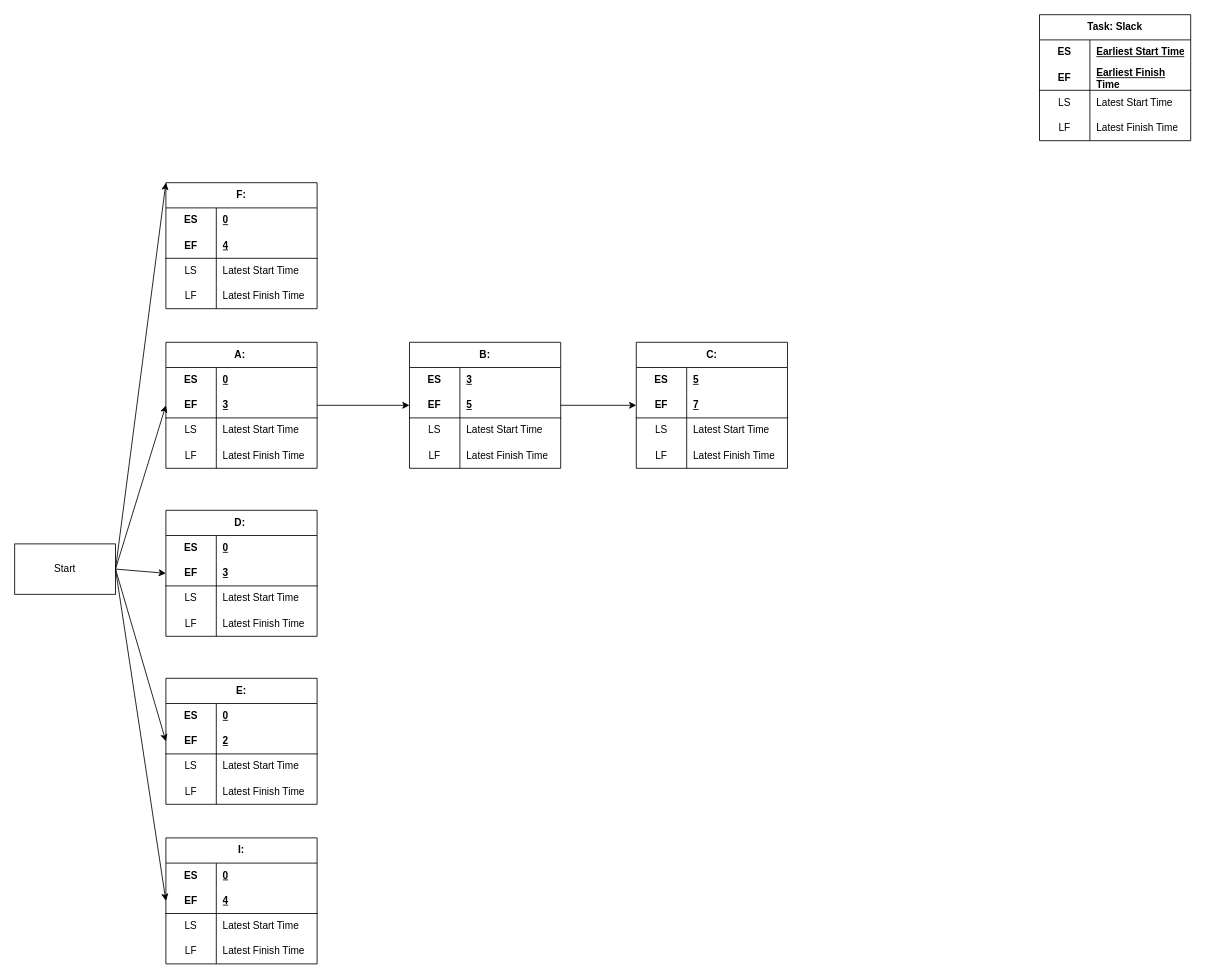
Earlier version of the draw.io diagram schedule.drawio (lushihui51/309_MiniGames). Source tidied: cells renumbered, new cells numbered last; positions are measured from the earlier drawing's top-left corner, leaving out a move shared by most shapes. Both pictures are drawn from the tidied source at 84%, with x=0, y=0 at pixel (14, 14).
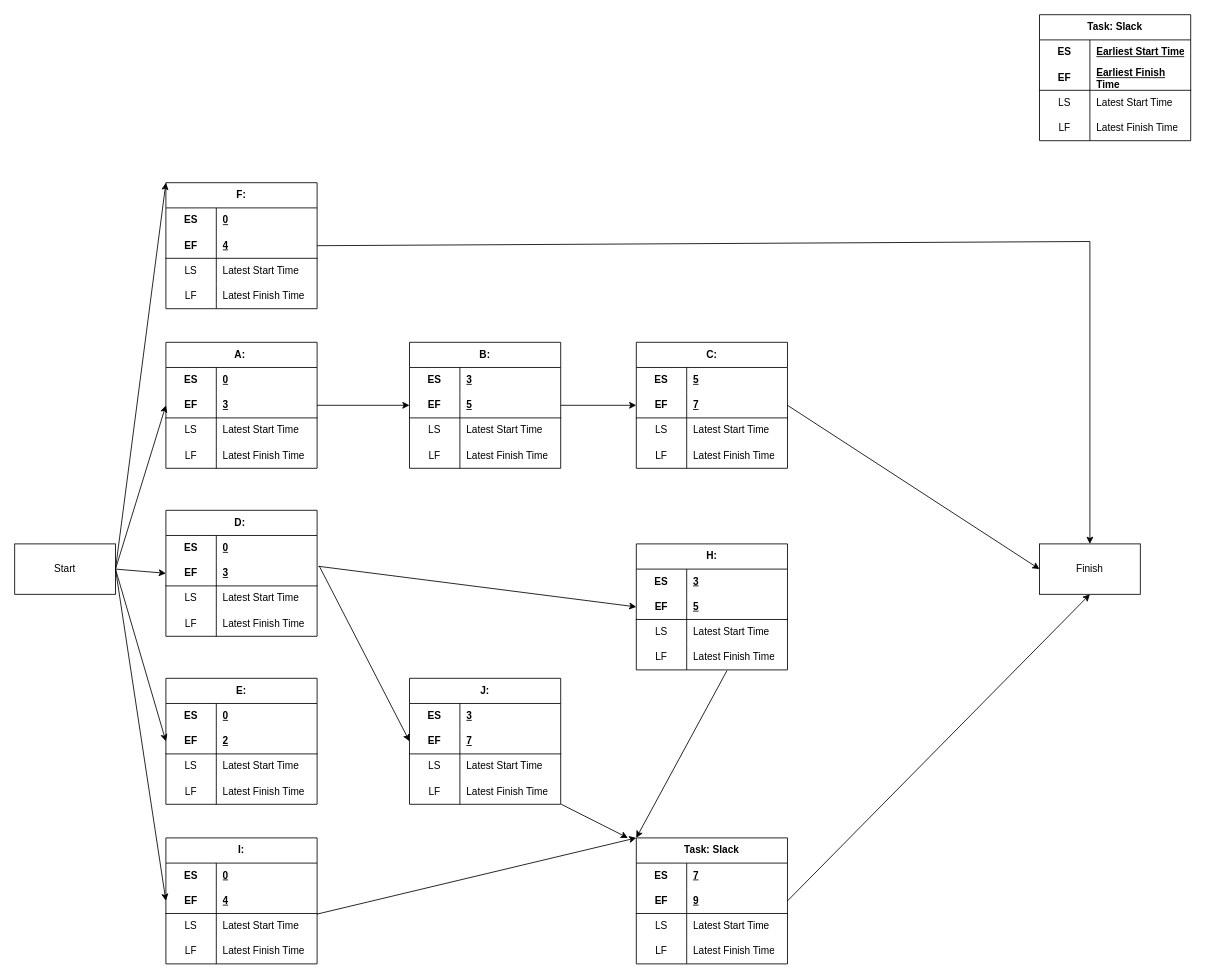
The same page after the edit.

Unchanged cells that the change refers to:
```xml
<mxCell id="33" style="shape=tableRow;horizontal=0;startSize=0;swimlaneHead=0;swimlaneBody=0;fillColor=none;points=[[0,0.5],[1,0.5]];portConstraint=eastwest;top=0;left=0;right=0;bottom=1;html=1;" parent="29" vertex="1">
  <mxGeometry y="60" width="180" height="30" as="geometry" />
</mxCell>
<mxCell id="59" style="shape=tableRow;horizontal=0;startSize=0;swimlaneHead=0;swimlaneBody=0;fillColor=none;points=[[0,0.5],[1,0.5]];portConstraint=eastwest;top=0;left=0;right=0;bottom=1;html=1;" parent="55" vertex="1">
  <mxGeometry y="60" width="180" height="30" as="geometry" />
</mxCell>
<mxCell id="72" style="shape=tableRow;horizontal=0;startSize=0;swimlaneHead=0;swimlaneBody=0;fillColor=none;points=[[0,0.5],[1,0.5]];portConstraint=eastwest;top=0;left=0;right=0;bottom=1;html=1;" parent="68" vertex="1">
  <mxGeometry y="60" width="180" height="30" as="geometry" />
</mxCell>
<mxCell id="103" style="shape=tableRow;horizontal=0;startSize=0;swimlaneHead=0;swimlaneBody=0;fillColor=none;points=[[0,0.5],[1,0.5]];portConstraint=eastwest;top=0;left=0;right=0;bottom=1;html=1;" parent="99" vertex="1">
  <mxGeometry y="60" width="180" height="30" as="geometry" />
</mxCell>
```

Change to the diagram source:
```diff
@@
+    <mxCell id="114" value="H:" style="shape=table;startSize=30;childLayout=tableLayout;rowLines=0;fontStyle=1;align=center;html=1;whiteSpace=wrap;" parent="1" vertex="1">
+      <mxGeometry x="740" y="630" width="180" height="150" as="geometry" />
+    </mxCell>
+    <mxCell id="115" style="shape=tableRow;horizontal=0;startSize=0;swimlaneHead=0;swimlaneBody=0;fillColor=none;top=0;left=0;right=0;bottom=0;html=1;" parent="114" vertex="1">
+      <mxGeometry y="30" width="180" height="30" as="geometry" />
+    </mxCell>
+    <mxCell id="116" value="ES" style="shape=partialRectangle;fillColor=none;top=0;left=0;bottom=0;right=0;fontStyle=1;overflow=hidden;html=1;whiteSpace=wrap;" parent="115" vertex="1">
+      <mxGeometry width="60" height="30" as="geometry" />
+    </mxCell>
+    <mxCell id="117" value="3" style="shape=partialRectangle;fillColor=none;top=0;left=0;bottom=0;right=0;align=left;spacingLeft=6;fontStyle=5;overflow=hidden;html=1;whiteSpace=wrap;" parent="115" vertex="1">
+      <mxGeometry x="60" width="120" height="30" as="geometry" />
+    </mxCell>
+    <mxCell id="118" style="shape=tableRow;horizontal=0;startSize=0;swimlaneHead=0;swimlaneBody=0;fillColor=none;points=[[0,0.5],[1,0.5]];portConstraint=eastwest;top=0;left=0;right=0;bottom=1;html=1;" parent="114" vertex="1">
+      <mxGeometry y="60" width="180" height="30" as="geometry" />
+    </mxCell>
+    <mxCell id="119" value="EF" style="shape=partialRectangle;fillColor=none;top=0;left=0;bottom=0;right=0;fontStyle=1;overflow=hidden;html=1;whiteSpace=wrap;" parent="118" vertex="1">
+      <mxGeometry width="60" height="30" as="geometry" />
+    </mxCell>
+    <mxCell id="120" value="5" style="shape=partialRectangle;fillColor=none;top=0;left=0;bottom=0;right=0;align=left;spacingLeft=6;fontStyle=5;overflow=hidden;html=1;whiteSpace=wrap;" parent="118" vertex="1">
+      <mxGeometry x="60" width="120" height="30" as="geometry" />
+    </mxCell>
+    <mxCell id="121" style="shape=tableRow;horizontal=0;startSize=0;swimlaneHead=0;swimlaneBody=0;fillColor=none;top=0;left=0;right=0;bottom=0;html=1;" parent="114" vertex="1">
+      <mxGeometry y="90" width="180" height="30" as="geometry" />
+    </mxCell>
+    <mxCell id="122" value="LS" style="shape=partialRectangle;fillColor=none;top=0;left=0;bottom=0;right=0;overflow=hidden;html=1;whiteSpace=wrap;" parent="121" vertex="1">
+      <mxGeometry width="60" height="30" as="geometry" />
+    </mxCell>
+    <mxCell id="123" value="Latest Start Time" style="shape=partialRectangle;fillColor=none;top=0;left=0;bottom=0;right=0;align=left;spacingLeft=6;overflow=hidden;html=1;whiteSpace=wrap;" parent="121" vertex="1">
+      <mxGeometry x="60" width="120" height="30" as="geometry" />
+    </mxCell>
+    <mxCell id="124" style="shape=tableRow;horizontal=0;startSize=0;swimlaneHead=0;swimlaneBody=0;fillColor=none;points=[[0,0.5],[1,0.5]];portConstraint=eastwest;top=0;left=0;right=0;bottom=0;html=1;" parent="114" vertex="1">
+      <mxGeometry y="120" width="180" height="30" as="geometry" />
+    </mxCell>
+    <mxCell id="125" value="LF" style="shape=partialRectangle;fillColor=none;top=0;left=0;bottom=0;right=0;overflow=hidden;html=1;whiteSpace=wrap;" parent="124" vertex="1">
+      <mxGeometry width="60" height="30" as="geometry" />
+    </mxCell>
+    <mxCell id="126" value="Latest Finish Time" style="shape=partialRectangle;fillColor=none;top=0;left=0;bottom=0;right=0;align=left;spacingLeft=6;overflow=hidden;html=1;whiteSpace=wrap;" parent="124" vertex="1">
+      <mxGeometry x="60" width="120" height="30" as="geometry" />
+    </mxCell>
+    <mxCell id="127" value="J:" style="shape=table;startSize=30;childLayout=tableLayout;rowLines=0;fontStyle=1;align=center;html=1;whiteSpace=wrap;" parent="1" vertex="1">
+      <mxGeometry x="470" y="790" width="180" height="150" as="geometry" />
+    </mxCell>
+    <mxCell id="128" style="shape=tableRow;horizontal=0;startSize=0;swimlaneHead=0;swimlaneBody=0;fillColor=none;top=0;left=0;right=0;bottom=0;html=1;" parent="127" vertex="1">
+      <mxGeometry y="30" width="180" height="30" as="geometry" />
+    </mxCell>
+    <mxCell id="129" value="ES" style="shape=partialRectangle;fillColor=none;top=0;left=0;bottom=0;right=0;fontStyle=1;overflow=hidden;html=1;whiteSpace=wrap;" parent="128" vertex="1">
+      <mxGeometry width="60" height="30" as="geometry" />
+    </mxCell>
+    <mxCell id="130" value="3" style="shape=partialRectangle;fillColor=none;top=0;left=0;bottom=0;right=0;align=left;spacingLeft=6;fontStyle=5;overflow=hidden;html=1;whiteSpace=wrap;" parent="128" vertex="1">
+      <mxGeometry x="60" width="120" height="30" as="geometry" />
+    </mxCell>
+    <mxCell id="131" style="shape=tableRow;horizontal=0;startSize=0;swimlaneHead=0;swimlaneBody=0;fillColor=none;points=[[0,0.5],[1,0.5]];portConstraint=eastwest;top=0;left=0;right=0;bottom=1;html=1;" parent="127" vertex="1">
+      <mxGeometry y="60" width="180" height="30" as="geometry" />
+    </mxCell>
+    <mxCell id="132" value="EF" style="shape=partialRectangle;fillColor=none;top=0;left=0;bottom=0;right=0;fontStyle=1;overflow=hidden;html=1;whiteSpace=wrap;" parent="131" vertex="1">
+      <mxGeometry width="60" height="30" as="geometry" />
+    </mxCell>
+    <mxCell id="133" value="7" style="shape=partialRectangle;fillColor=none;top=0;left=0;bottom=0;right=0;align=left;spacingLeft=6;fontStyle=5;overflow=hidden;html=1;whiteSpace=wrap;" parent="131" vertex="1">
+      <mxGeometry x="60" width="120" height="30" as="geometry" />
+    </mxCell>
+    <mxCell id="134" style="shape=tableRow;horizontal=0;startSize=0;swimlaneHead=0;swimlaneBody=0;fillColor=none;top=0;left=0;right=0;bottom=0;html=1;" parent="127" vertex="1">
+      <mxGeometry y="90" width="180" height="30" as="geometry" />
+    </mxCell>
+    <mxCell id="135" value="LS" style="shape=partialRectangle;fillColor=none;top=0;left=0;bottom=0;right=0;overflow=hidden;html=1;whiteSpace=wrap;" parent="134" vertex="1">
+      <mxGeometry width="60" height="30" as="geometry" />
+    </mxCell>
+    <mxCell id="136" value="Latest Start Time" style="shape=partialRectangle;fillColor=none;top=0;left=0;bottom=0;right=0;align=left;spacingLeft=6;overflow=hidden;html=1;whiteSpace=wrap;" parent="134" vertex="1">
+      <mxGeometry x="60" width="120" height="30" as="geometry" />
+    </mxCell>
+    <mxCell id="137" style="shape=tableRow;horizontal=0;startSize=0;swimlaneHead=0;swimlaneBody=0;fillColor=none;points=[[0,0.5],[1,0.5]];portConstraint=eastwest;top=0;left=0;right=0;bottom=0;html=1;" parent="127" vertex="1">
+      <mxGeometry y="120" width="180" height="30" as="geometry" />
+    </mxCell>
+    <mxCell id="138" value="LF" style="shape=partialRectangle;fillColor=none;top=0;left=0;bottom=0;right=0;overflow=hidden;html=1;whiteSpace=wrap;" parent="137" vertex="1">
+      <mxGeometry width="60" height="30" as="geometry" />
+    </mxCell>
+    <mxCell id="139" value="Latest Finish Time" style="shape=partialRectangle;fillColor=none;top=0;left=0;bottom=0;right=0;align=left;spacingLeft=6;overflow=hidden;html=1;whiteSpace=wrap;" parent="137" vertex="1">
+      <mxGeometry x="60" width="120" height="30" as="geometry" />
+    </mxCell>
+    <mxCell id="140" style="endArrow=classic;html=1;rounded=0;exitX=1.008;exitY=0.221;exitDx=0;exitDy=0;entryX=0;entryY=0.5;entryDx=0;entryDy=0;exitPerimeter=0;" parent="1" edge="1" source="33" target="118">
+      <mxGeometry relative="1" as="geometry" />
+    </mxCell>
+    <mxCell id="141" style="endArrow=classic;html=1;rounded=0;exitX=1.015;exitY=0.221;exitDx=0;exitDy=0;exitPerimeter=0;entryX=0;entryY=0.5;entryDx=0;entryDy=0;" parent="1" edge="1" source="33" target="131">
+      <mxGeometry relative="1" as="geometry" />
+    </mxCell>
+    <mxCell id="142" value="Task: Slack" style="shape=table;startSize=30;childLayout=tableLayout;rowLines=0;fontStyle=1;align=center;html=1;whiteSpace=wrap;" parent="1" vertex="1">
+      <mxGeometry x="740" y="980" width="180" height="150" as="geometry" />
+    </mxCell>
+    <mxCell id="143" style="shape=tableRow;horizontal=0;startSize=0;swimlaneHead=0;swimlaneBody=0;fillColor=none;top=0;left=0;right=0;bottom=0;html=1;" parent="142" vertex="1">
+      <mxGeometry y="30" width="180" height="30" as="geometry" />
+    </mxCell>
+    <mxCell id="144" value="ES" style="shape=partialRectangle;fillColor=none;top=0;left=0;bottom=0;right=0;fontStyle=1;overflow=hidden;html=1;whiteSpace=wrap;" parent="143" vertex="1">
+      <mxGeometry width="60" height="30" as="geometry" />
+    </mxCell>
+    <mxCell id="145" value="7" style="shape=partialRectangle;fillColor=none;top=0;left=0;bottom=0;right=0;align=left;spacingLeft=6;fontStyle=5;overflow=hidden;html=1;whiteSpace=wrap;" parent="143" vertex="1">
+      <mxGeometry x="60" width="120" height="30" as="geometry" />
+    </mxCell>
+    <mxCell id="146" style="shape=tableRow;horizontal=0;startSize=0;swimlaneHead=0;swimlaneBody=0;fillColor=none;points=[[0,0.5],[1,0.5]];portConstraint=eastwest;top=0;left=0;right=0;bottom=1;html=1;" parent="142" vertex="1">
+      <mxGeometry y="60" width="180" height="30" as="geometry" />
+    </mxCell>
+    <mxCell id="147" value="EF" style="shape=partialRectangle;fillColor=none;top=0;left=0;bottom=0;right=0;fontStyle=1;overflow=hidden;html=1;whiteSpace=wrap;" parent="146" vertex="1">
+      <mxGeometry width="60" height="30" as="geometry" />
+    </mxCell>
+    <mxCell id="148" value="9" style="shape=partialRectangle;fillColor=none;top=0;left=0;bottom=0;right=0;align=left;spacingLeft=6;fontStyle=5;overflow=hidden;html=1;whiteSpace=wrap;" parent="146" vertex="1">
+      <mxGeometry x="60" width="120" height="30" as="geometry" />
+    </mxCell>
+    <mxCell id="149" style="shape=tableRow;horizontal=0;startSize=0;swimlaneHead=0;swimlaneBody=0;fillColor=none;top=0;left=0;right=0;bottom=0;html=1;" parent="142" vertex="1">
+      <mxGeometry y="90" width="180" height="30" as="geometry" />
+    </mxCell>
+    <mxCell id="150" value="LS" style="shape=partialRectangle;fillColor=none;top=0;left=0;bottom=0;right=0;overflow=hidden;html=1;whiteSpace=wrap;" parent="149" vertex="1">
+      <mxGeometry width="60" height="30" as="geometry" />
+    </mxCell>
+    <mxCell id="151" value="Latest Start Time" style="shape=partialRectangle;fillColor=none;top=0;left=0;bottom=0;right=0;align=left;spacingLeft=6;overflow=hidden;html=1;whiteSpace=wrap;" parent="149" vertex="1">
+      <mxGeometry x="60" width="120" height="30" as="geometry" />
+    </mxCell>
+    <mxCell id="152" style="shape=tableRow;horizontal=0;startSize=0;swimlaneHead=0;swimlaneBody=0;fillColor=none;top=0;left=0;right=0;bottom=0;html=1;" parent="142" vertex="1">
+      <mxGeometry y="120" width="180" height="30" as="geometry" />
+    </mxCell>
+    <mxCell id="153" value="LF" style="shape=partialRectangle;fillColor=none;top=0;left=0;bottom=0;right=0;overflow=hidden;html=1;whiteSpace=wrap;" parent="152" vertex="1">
+      <mxGeometry width="60" height="30" as="geometry" />
+    </mxCell>
+    <mxCell id="154" value="Latest Finish Time" style="shape=partialRectangle;fillColor=none;top=0;left=0;bottom=0;right=0;align=left;spacingLeft=6;overflow=hidden;html=1;whiteSpace=wrap;" parent="152" vertex="1">
+      <mxGeometry x="60" width="120" height="30" as="geometry" />
+    </mxCell>
+    <mxCell id="155" style="endArrow=classic;html=1;rounded=0;entryX=0;entryY=0;entryDx=0;entryDy=0;exitX=0.999;exitY=1.025;exitDx=0;exitDy=0;exitPerimeter=0;" parent="1" edge="1" source="72" target="142">
+      <mxGeometry relative="1" as="geometry" />
+    </mxCell>
+    <mxCell id="156" style="endArrow=classic;html=1;rounded=0;exitX=1.003;exitY=0.997;exitDx=0;exitDy=0;exitPerimeter=0;" parent="1" edge="1" source="137">
+      <mxGeometry relative="1" as="geometry">
+        <mxPoint x="730" y="980" as="targetPoint" />
+      </mxGeometry>
+    </mxCell>
+    <mxCell id="157" style="endArrow=classic;html=1;rounded=0;entryX=0;entryY=0;entryDx=0;entryDy=0;exitX=0.6;exitY=1.025;exitDx=0;exitDy=0;exitPerimeter=0;" parent="1" edge="1" source="124" target="142">
+      <mxGeometry relative="1" as="geometry" />
+    </mxCell>
+    <mxCell id="158" value="Finish" style="rounded=0;whiteSpace=wrap;html=1;" parent="1" vertex="1">
+      <mxGeometry x="1220" y="630" width="120" height="60" as="geometry" />
+    </mxCell>
+    <mxCell id="159" style="endArrow=classic;html=1;rounded=0;exitX=1;exitY=0.5;exitDx=0;exitDy=0;entryX=0.5;entryY=0;entryDx=0;entryDy=0;" parent="1" edge="1" source="59" target="158">
+      <mxGeometry relative="1" as="geometry">
+        <Array as="points">
+          <mxPoint x="1280" y="270" />
+        </Array>
+      </mxGeometry>
+    </mxCell>
+    <mxCell id="160" style="endArrow=classic;html=1;rounded=0;entryX=0;entryY=0.5;entryDx=0;entryDy=0;exitX=1;exitY=0.5;exitDx=0;exitDy=0;" parent="1" edge="1" source="103" target="158">
+      <mxGeometry relative="1" as="geometry" />
+    </mxCell>
+    <mxCell id="161" style="endArrow=classic;html=1;rounded=0;entryX=0.5;entryY=1;entryDx=0;entryDy=0;exitX=1;exitY=0.5;exitDx=0;exitDy=0;" parent="1" edge="1" source="146" target="158">
+      <mxGeometry relative="1" as="geometry" />
+    </mxCell>
```
